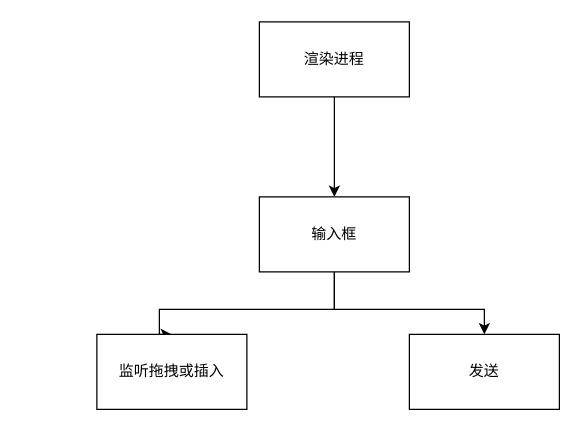
oppo-80343438/flowChart keeps this draw.io diagram as file-upload.drawio. Above is the earlier version. Source tidied: cells renumbered, new cells numbered last; positions are measured from the earlier drawing's top-left corner, leaving out a move shared by most shapes. Both pictures are drawn from the tidied source at 125%, with x=0, y=0 at pixel (96, 21).
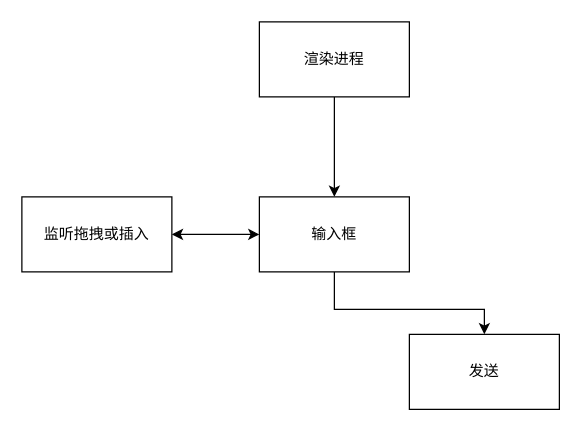
Above is the later version.

The edit, as a diff of the source:
```diff
@@
 <mxGraphModel>
   <root>
     <mxCell id="0" />
     <mxCell id="1" parent="0" />
     <mxCell id="2" style="edgeStyle=orthogonalEdgeStyle;rounded=0;jettySize=auto;html=1;entryX=0.5;entryY=0;entryDx=0;entryDy=0;" parent="1" edge="1" source="3" target="6">
       <mxGeometry relative="1" as="geometry" />
     </mxCell>
     <mxCell id="3" value="渲染进程" style="rounded=0;whiteSpace=wrap;html=1;" parent="1" vertex="1">
       <mxGeometry x="130" width="120" height="60" as="geometry" />
     </mxCell>
     <mxCell id="4" style="edgeStyle=orthogonalEdgeStyle;rounded=0;jettySize=auto;html=1;entryX=0.5;entryY=0;entryDx=0;entryDy=0;" parent="1" edge="1" source="6" target="8">
       <mxGeometry relative="1" as="geometry">
         <Array as="points">
           <mxPoint x="190" y="230" />
           <mxPoint x="310" y="230" />
         </Array>
       </mxGeometry>
     </mxCell>
-    <mxCell id="5" style="edgeStyle=orthogonalEdgeStyle;rounded=0;jettySize=auto;html=1;entryX=0.5;entryY=0;entryDx=0;entryDy=0;" parent="1" edge="1" source="6" target="7">
-      <mxGeometry relative="1" as="geometry">
-        <Array as="points">
-          <mxPoint x="190" y="230" />
-          <mxPoint x="50" y="230" />
-        </Array>
-      </mxGeometry>
-    </mxCell>
     <mxCell id="6" value="输入框" style="rounded=0;whiteSpace=wrap;html=1;" parent="1" vertex="1">
       <mxGeometry x="130" y="140" width="120" height="60" as="geometry" />
     </mxCell>
     <mxCell id="7" value="监听拖拽或插入" style="rounded=0;whiteSpace=wrap;html=1;" parent="1" vertex="1">
-      <mxGeometry y="250" width="120" height="60" as="geometry" />
+      <mxGeometry x="-60" y="140" width="120" height="60" as="geometry" />
     </mxCell>
     <mxCell id="8" value="发送" style="rounded=0;whiteSpace=wrap;html=1;" parent="1" vertex="1">
       <mxGeometry x="250" y="250" width="120" height="60" as="geometry" />
     </mxCell>
+    <mxCell id="9" style="endArrow=classic;startArrow=classic;html=1;exitX=1;exitY=0.5;exitDx=0;exitDy=0;" parent="1" edge="1" source="7">
+      <mxGeometry relative="1" as="geometry">
+        <mxPoint x="130" y="170" as="targetPoint" />
+      </mxGeometry>
+    </mxCell>
   </root>
 </mxGraphModel>
```
